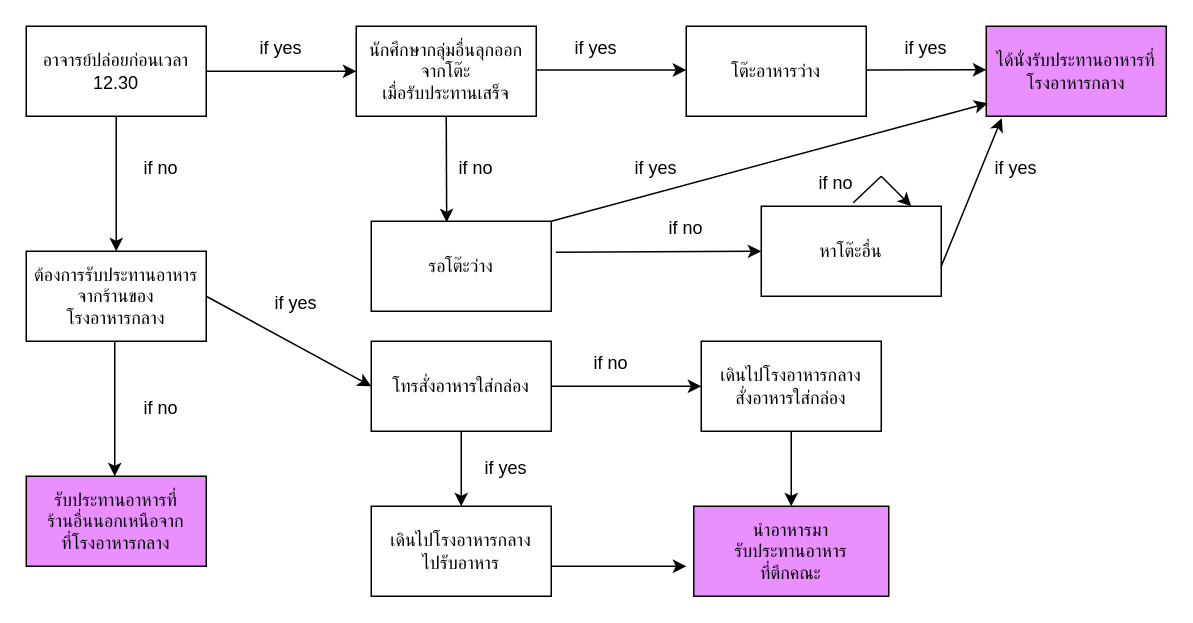
banthitamakjeen/git-workshop keeps this draw.io diagram as แบบแผนที่ยังไม่ได้ตั้งชื่อ.drawio. Above is the earlier version. Source tidied: cells renumbered, new cells numbered last; positions are measured from the earlier drawing's top-left corner, leaving out a move shared by most shapes. Both pictures are drawn from the tidied source at 150%, with x=0, y=0 at pixel (26, 26).
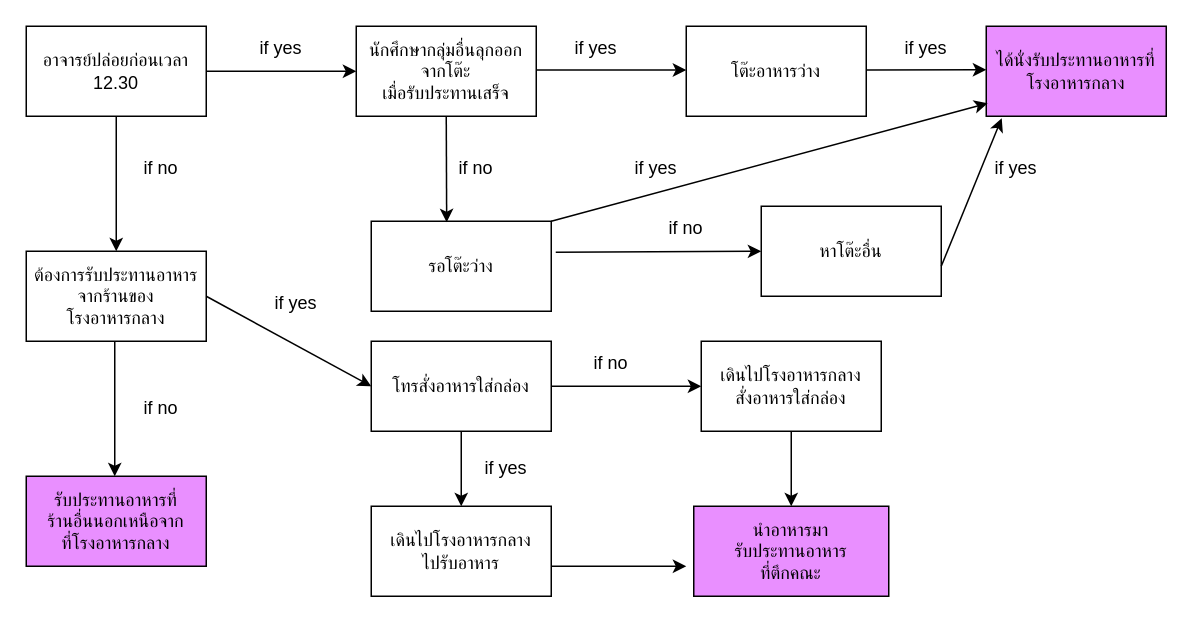
The same diagram, later.

Unchanged cells that the change refers to:
```xml
<mxCell id="22" value="หาโต๊ะอื่น" style="rounded=0;whiteSpace=wrap;html=1;" parent="1" vertex="1">
  <mxGeometry x="490" y="120" width="120" height="60" as="geometry" />
</mxCell>
```

Diff of the diagram source:
```diff
@@
-    <mxCell id="31" style="endArrow=none;html=1;rounded=0;exitX=0.511;exitY=-0.038;exitDx=0;exitDy=0;exitPerimeter=0;" parent="1" edge="1" source="22">
-      <mxGeometry relative="1" as="geometry">
-        <mxPoint x="570" y="100" as="targetPoint" />
-      </mxGeometry>
-    </mxCell>
-    <mxCell id="32" style="endArrow=none;html=1;rounded=0;" parent="1" edge="1">
-      <mxGeometry relative="1" as="geometry">
-        <mxPoint x="570" y="100" as="sourcePoint" />
-        <mxPoint x="580" y="110" as="targetPoint" />
-        <Array as="points">
-          <mxPoint x="570" y="100" />
-        </Array>
-      </mxGeometry>
-    </mxCell>
-    <mxCell id="33" style="endArrow=classic;html=1;rounded=0;" parent="1" edge="1">
-      <mxGeometry relative="1" as="geometry">
-        <mxPoint x="580" y="110" as="sourcePoint" />
-        <mxPoint x="590" y="120" as="targetPoint" />
-      </mxGeometry>
-    </mxCell>
-    <mxCell id="34" value="if no" style="text;html=1;strokeColor=none;fillColor=none;align=center;verticalAlign=middle;whiteSpace=wrap;rounded=0;" parent="1" vertex="1">
-      <mxGeometry x="510" y="90" width="60" height="30" as="geometry" />
-    </mxCell>
```
